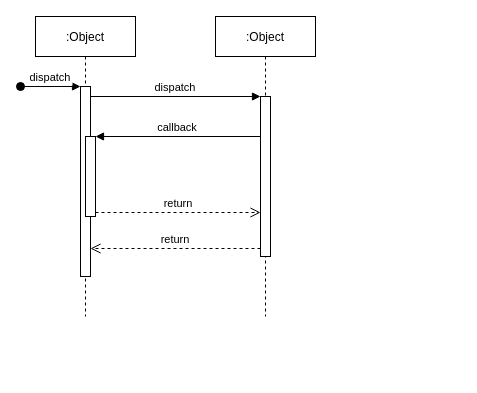
This is drawio/Untitled Diagram.drawio from yubowen0525/ImageStorage, a draw.io file, before an edit. Source tidied: cells renumbered, new cells numbered last; positions are measured from the earlier drawing's top-left corner, leaving out a move shared by most shapes. Both pictures are drawn from the tidied source at 100%, with x=0, y=0 at pixel (20, 16).
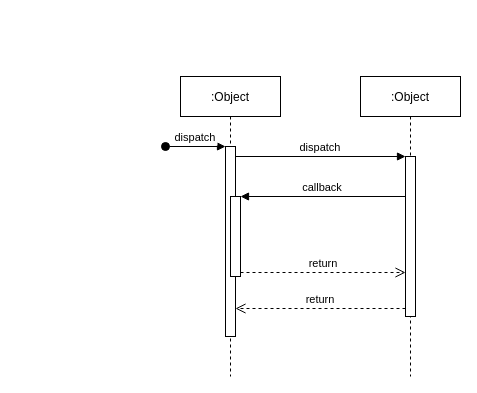
After the change.

Diff of the diagram source:
```diff
@@
 <mxGraphModel>
   <root>
     <mxCell id="0" />
     <mxCell id="1" parent="0" />
-    <mxCell id="2" value=":Object" style="shape=umlLifeline;perimeter=lifelinePerimeter;rounded=0;shadow=0;strokeWidth=1;" parent="1" vertex="1">
-      <mxGeometry x="15" width="100" height="300" as="geometry" />
-    </mxCell>
+    <mxCell id="12" value=":Object" style="shape=umlLifeline;perimeter=lifelinePerimeter;rounded=0;shadow=0;strokeWidth=1;" parent="1" vertex="1">
+      <mxGeometry x="160" y="60" width="100" height="300" as="geometry" />
+    </mxCell>
-    <mxCell id="3" style="points=[];perimeter=orthogonalPerimeter;rounded=0;shadow=0;strokeWidth=1;" parent="2" vertex="1">
+    <mxCell id="3" style="points=[];perimeter=orthogonalPerimeter;rounded=0;shadow=0;strokeWidth=1;" parent="12" vertex="1">
       <mxGeometry x="45" y="70" width="10" height="190" as="geometry" />
     </mxCell>
-    <mxCell id="4" value="dispatch" style="verticalAlign=bottom;startArrow=oval;endArrow=block;startSize=8;shadow=0;strokeWidth=1;" parent="2" edge="1" target="3">
+    <mxCell id="4" value="dispatch" style="verticalAlign=bottom;startArrow=oval;endArrow=block;startSize=8;shadow=0;strokeWidth=1;" parent="12" edge="1" target="3">
       <mxGeometry relative="1" as="geometry">
         <mxPoint x="-15" y="70" as="sourcePoint" />
       </mxGeometry>
     </mxCell>
-    <mxCell id="5" style="points=[];perimeter=orthogonalPerimeter;rounded=0;shadow=0;strokeWidth=1;" parent="2" vertex="1">
+    <mxCell id="5" style="points=[];perimeter=orthogonalPerimeter;rounded=0;shadow=0;strokeWidth=1;" parent="12" vertex="1">
       <mxGeometry x="50" y="120" width="10" height="80" as="geometry" />
     </mxCell>
-    <mxCell id="6" value=":Object" style="shape=umlLifeline;perimeter=lifelinePerimeter;rounded=0;shadow=0;strokeWidth=1;" parent="1" vertex="1">
-      <mxGeometry x="195" width="100" height="300" as="geometry" />
-    </mxCell>
+    <mxCell id="13" value=":Object" style="shape=umlLifeline;perimeter=lifelinePerimeter;rounded=0;shadow=0;strokeWidth=1;" parent="1" vertex="1">
+      <mxGeometry x="340" y="60" width="100" height="300" as="geometry" />
+    </mxCell>
-    <mxCell id="7" style="points=[];perimeter=orthogonalPerimeter;rounded=0;shadow=0;strokeWidth=1;" parent="6" vertex="1">
+    <mxCell id="7" style="points=[];perimeter=orthogonalPerimeter;rounded=0;shadow=0;strokeWidth=1;" parent="13" vertex="1">
       <mxGeometry x="45" y="80" width="10" height="160" as="geometry" />
     </mxCell>
     <mxCell id="8" value="return" style="verticalAlign=bottom;endArrow=open;dashed=1;endSize=8;exitX=0;exitY=0.95;shadow=0;strokeWidth=1;" parent="1" edge="1" source="7" target="3">
       <mxGeometry relative="1" as="geometry" />
     </mxCell>
     <mxCell id="9" value="dispatch" style="verticalAlign=bottom;endArrow=block;entryX=0;entryY=0;shadow=0;strokeWidth=1;" parent="1" edge="1" source="3" target="7">
       <mxGeometry relative="1" as="geometry" />
     </mxCell>
     <mxCell id="10" value="callback" style="verticalAlign=bottom;endArrow=block;entryX=1;entryY=0;shadow=0;strokeWidth=1;" parent="1" edge="1" source="7" target="5">
       <mxGeometry relative="1" as="geometry" />
     </mxCell>
     <mxCell id="11" value="return" style="verticalAlign=bottom;endArrow=open;dashed=1;endSize=8;exitX=1;exitY=0.95;shadow=0;strokeWidth=1;" parent="1" edge="1" source="5" target="7">
       <mxGeometry relative="1" as="geometry" />
     </mxCell>
   </root>
 </mxGraphModel>
```
